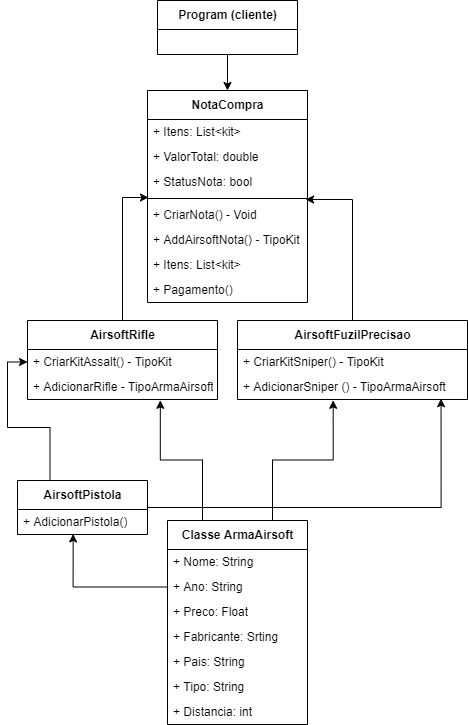
danilomichell/Airsoft keeps this draw.io diagram as Diagramas/Padrão de projeto-Composite.drawio.png. Above is the earlier version. Source tidied: cells renumbered, new cells last; positions are measured from the earlier drawing's top-left corner, leaving out a move shared by most shapes.
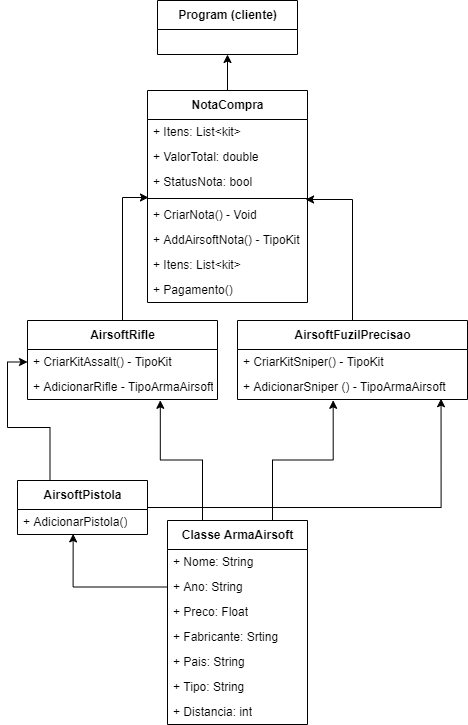
The same file after the commit.

Commit message:
Diagrama composite

Change to the diagram source:
```diff
@@ -71,6 +71,9 @@
     <mxCell id="24" value="+ AdicionarSniper () - TipoArmaAirsoft" style="text;html=1;strokeColor=none;fillColor=none;align=left;verticalAlign=middle;spacingLeft=4;spacingRight=4;overflow=hidden;points=[[0,0.5],[1,0.5]];portConstraint=eastwest;" parent="22" vertex="1">
       <mxGeometry y="54" width="230" height="25" as="geometry" />
     </mxCell>
+    <mxCell id="36" style="edgeStyle=orthogonalEdgeStyle;rounded=0;jettySize=auto;html=1;exitX=0.5;exitY=0;exitDx=0;exitDy=0;entryX=0.5;entryY=1;entryDx=0;entryDy=0;" parent="1" edge="1" source="25" target="35">
+      <mxGeometry relative="1" as="geometry" />
+    </mxCell>
     <mxCell id="25" value="NotaCompra" style="swimlane;fontStyle=1;align=center;verticalAlign=middle;horizontal=1;startSize=29;html=1;" parent="1" vertex="1">
       <mxGeometry x="130" y="90" width="160" height="212" as="geometry" />
     </mxCell>
@@ -98,9 +101,6 @@
     <mxCell id="33" value="+ Pagamento()" style="text;html=1;strokeColor=none;fillColor=none;align=left;verticalAlign=middle;spacingLeft=4;spacingRight=4;overflow=hidden;" parent="25" vertex="1">
       <mxGeometry y="187" width="160" height="25" as="geometry" />
     </mxCell>
-    <mxCell id="34" style="edgeStyle=orthogonalEdgeStyle;rounded=0;jettySize=auto;html=1;exitX=0.5;exitY=1;exitDx=0;exitDy=0;entryX=0.5;entryY=0;entryDx=0;entryDy=0;" parent="1" edge="1" source="35" target="25">
-      <mxGeometry relative="1" as="geometry" />
-    </mxCell>
     <mxCell id="35" value="Program (cliente)" style="swimlane;fontStyle=1;align=center;verticalAlign=middle;horizontal=1;startSize=29;html=1;" parent="1" vertex="1">
       <mxGeometry x="140" width="140" height="54" as="geometry" />
     </mxCell>
```
